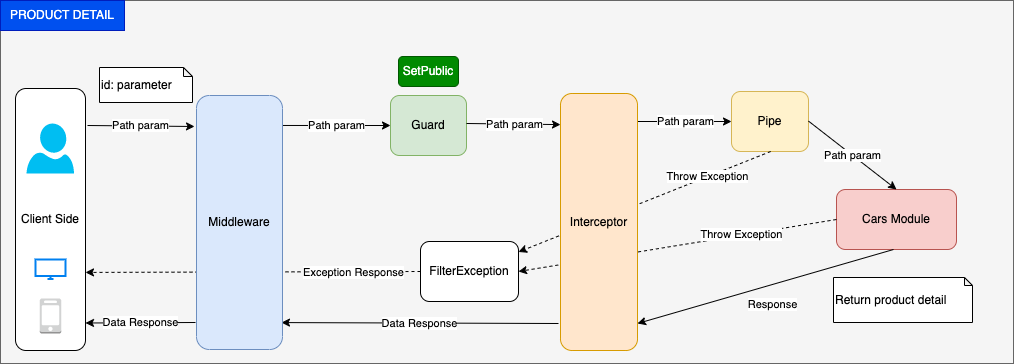
vnbrew/quynd-car-rent-nestjs keeps this draw.io diagram as ProductDetail.drawio.png. Above is the earlier version. Source tidied: cells renumbered, new cells last; positions are measured from the earlier drawing's top-left corner, leaving out a move shared by most shapes.
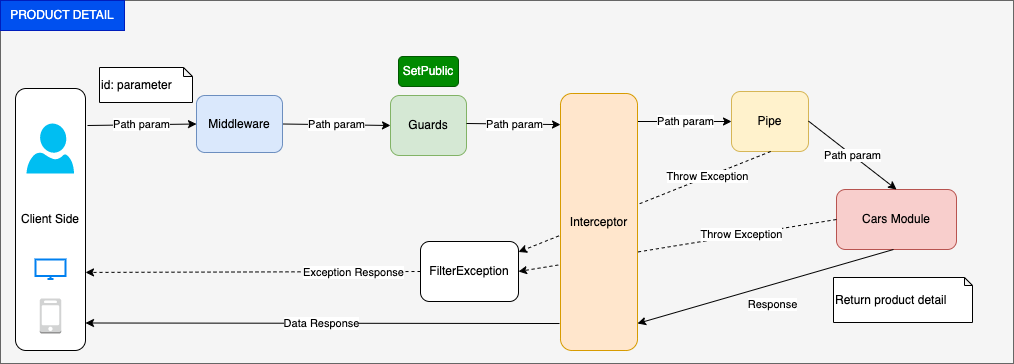
After the change.

Change to the diagram source:
```diff
@@ -13,15 +13,15 @@
     <mxCell id="4" value="Client Side" style="rounded=1;whiteSpace=wrap;html=1;" parent="1" vertex="1">
       <mxGeometry x="15" y="89" width="70" height="262" as="geometry" />
     </mxCell>
-    <mxCell id="5" value="Path param" style="endArrow=classic;html=1;rounded=0;entryX=-0.023;entryY=0.122;entryDx=0;entryDy=0;entryPerimeter=0;" parent="1" edge="1" target="26">
+    <mxCell id="5" value="Path param" style="endArrow=classic;html=1;rounded=0;entryX=0;entryY=0.5;entryDx=0;entryDy=0;" parent="1" edge="1" target="26">
       <mxGeometry x="-0.01" relative="1" as="geometry">
         <mxPoint x="87" y="126" as="sourcePoint" />
       </mxGeometry>
     </mxCell>
-    <mxCell id="6" value="Guard" style="rounded=1;whiteSpace=wrap;html=1;fillColor=#d5e8d4;strokeColor=#82b366;" parent="1" vertex="1">
+    <mxCell id="6" value="Guards" style="rounded=1;whiteSpace=wrap;html=1;fillColor=#d5e8d4;strokeColor=#82b366;" parent="1" vertex="1">
       <mxGeometry x="390" y="96" width="76" height="60" as="geometry" />
     </mxCell>
-    <mxCell id="7" value="Path param" style="endArrow=classic;html=1;rounded=0;entryX=0;entryY=0.5;entryDx=0;entryDy=0;exitX=0.988;exitY=0.118;exitDx=0;exitDy=0;exitPerimeter=0;" parent="1" edge="1" source="26" target="6">
+    <mxCell id="7" value="Path param" style="endArrow=classic;html=1;rounded=0;entryX=0;entryY=0.5;entryDx=0;entryDy=0;exitX=1;exitY=0.5;exitDx=0;exitDy=0;" parent="1" edge="1" source="26" target="6">
       <mxGeometry relative="1" as="geometry" />
     </mxCell>
     <mxCell id="8" value="Path param" style="endArrow=classic;html=1;rounded=0;exitX=1;exitY=0.5;exitDx=0;exitDy=0;entryX=0;entryY=0.121;entryDx=0;entryDy=0;entryPerimeter=0;" parent="1" edge="1" target="28">
@@ -54,11 +54,6 @@
     <mxCell id="14" value="FilterException" style="rounded=1;whiteSpace=wrap;html=1;" parent="1" vertex="1">
       <mxGeometry x="420" y="242" width="98" height="60" as="geometry" />
     </mxCell>
-    <mxCell id="15" value="Data Response" style="endArrow=classic;html=1;rounded=0;exitX=0;exitY=0.5;exitDx=0;exitDy=0;entryX=0.988;entryY=0.894;entryDx=0;entryDy=0;entryPerimeter=0;" parent="1" edge="1" target="26">
-      <mxGeometry relative="1" as="geometry">
-        <mxPoint x="558" y="324" as="sourcePoint" />
-      </mxGeometry>
-    </mxCell>
     <mxCell id="16" value="Exception Response" style="endArrow=classic;html=1;rounded=0;dashed=1;exitX=0;exitY=0.5;exitDx=0;exitDy=0;entryX=1;entryY=0.702;entryDx=0;entryDy=0;entryPerimeter=0;" parent="1" edge="1" source="14" target="4">
       <mxGeometry x="-0.6" y="1" relative="1" as="geometry" />
     </mxCell>
@@ -92,11 +87,10 @@
       <mxGeometry x="99" y="68" width="93" height="35" as="geometry" />
     </mxCell>
     <mxCell id="26" value="Middleware" style="rounded=1;whiteSpace=wrap;html=1;fillColor=#dae8fc;strokeColor=#6c8ebf;" parent="1" vertex="1">
-      <mxGeometry x="196" y="96" width="86" height="254" as="geometry" />
+      <mxGeometry x="196" y="96" width="86" height="57" as="geometry" />
     </mxCell>
-    <mxCell id="27" value="Data Response" style="endArrow=classic;html=1;rounded=0;entryX=0.988;entryY=0.894;entryDx=0;entryDy=0;entryPerimeter=0;" parent="1" edge="1">
+    <mxCell id="27" value="Data Response" style="endArrow=classic;html=1;rounded=0;entryX=0.988;entryY=0.894;entryDx=0;entryDy=0;entryPerimeter=0;exitX=-0.013;exitY=0.895;exitDx=0;exitDy=0;exitPerimeter=0;" parent="1" edge="1" source="28">
       <mxGeometry relative="1" as="geometry">
-        <mxPoint x="195" y="323" as="sourcePoint" />
         <mxPoint x="85" y="323.5" as="targetPoint" />
       </mxGeometry>
     </mxCell>
```
